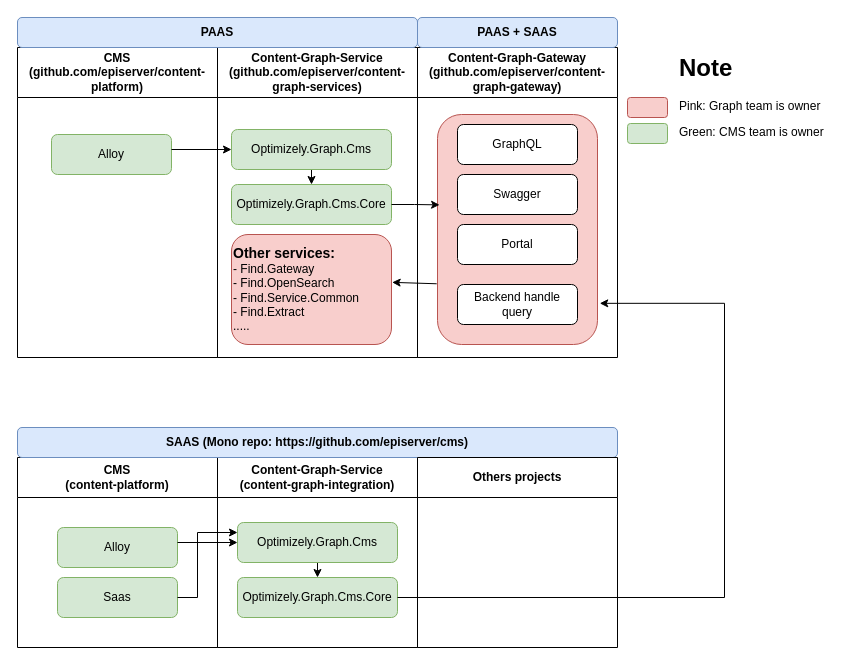
Before: page "Overview" (1 of 3) of CMS - Graph Overview.drawio in tamhoang113/Diagrams, a draw.io diagram. Source tidied: cells renumbered, new cells numbered last; positions are measured from the earlier drawing's top-left corner, leaving out a move shared by most shapes. Both pictures are drawn from the tidied source at 100%, with x=0, y=0 at pixel (17, 17).
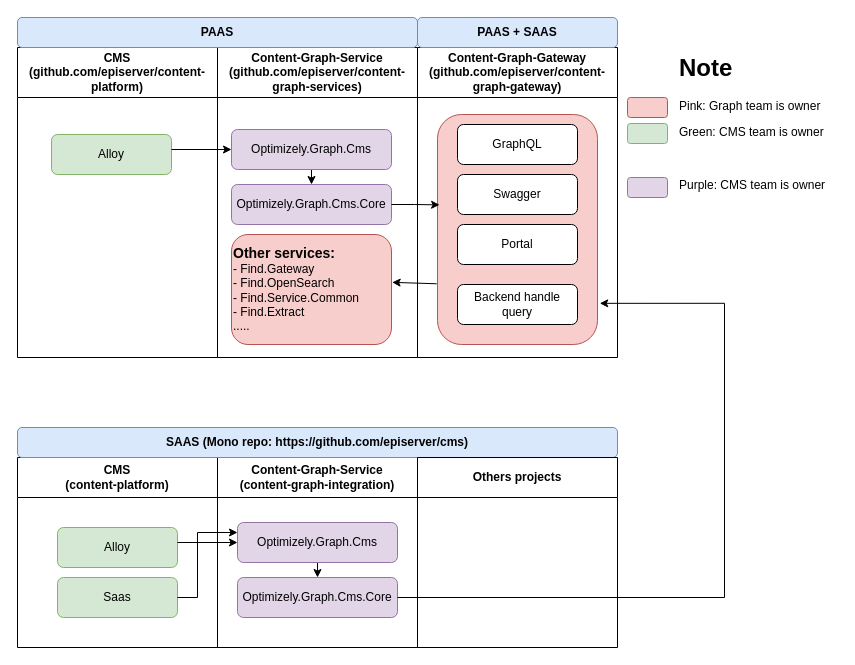
After the change.

Commit message:
Cập nhật CMS - Graph Overview.drawio

Unchanged cells that the change refers to:
```xml
<mxCell id="3" value="Content-Graph-Service&lt;div&gt;(github.com/episerver/content-graph-services)&lt;/div&gt;" style="swimlane;whiteSpace=wrap;html=1;startSize=50;" parent="1" vertex="1">
  <mxGeometry x="200" y="30" width="200" height="310" as="geometry" />
</mxCell>
<mxCell id="19" value="Content-Graph-Service&lt;div&gt;(content-graph-integration)&lt;/div&gt;" style="swimlane;whiteSpace=wrap;html=1;startSize=40;" parent="1" vertex="1">
  <mxGeometry x="200" y="440" width="200" height="190" as="geometry" />
</mxCell>
```

Diff of the diagram source:
```diff
@@
-    <mxCell id="6" value="Optimizely.Graph.Cms" style="rounded=1;whiteSpace=wrap;html=1;fontSize=12;glass=0;strokeWidth=1;shadow=0;fillColor=#d5e8d4;strokeColor=#82b366;" parent="3" vertex="1">
+    <mxCell id="6" value="Optimizely.Graph.Cms" style="rounded=1;whiteSpace=wrap;html=1;fontSize=12;glass=0;strokeWidth=1;shadow=0;fillColor=#e1d5e7;strokeColor=#9673a6;" parent="3" vertex="1">
       <mxGeometry x="14" y="82" width="160" height="40" as="geometry" />
     </mxCell>
-    <mxCell id="7" value="Optimizely.Graph.Cms.Core" style="rounded=1;whiteSpace=wrap;html=1;fontSize=12;glass=0;strokeWidth=1;shadow=0;fillColor=#d5e8d4;strokeColor=#82b366;" parent="3" vertex="1">
+    <mxCell id="7" value="Optimizely.Graph.Cms.Core" style="rounded=1;whiteSpace=wrap;html=1;fontSize=12;glass=0;strokeWidth=1;shadow=0;fillColor=#e1d5e7;strokeColor=#9673a6;" parent="3" vertex="1">
       <mxGeometry x="14" y="137" width="160" height="40" as="geometry" />
     </mxCell>
@@
-    <mxCell id="21" value="Optimizely.Graph.Cms" style="rounded=1;whiteSpace=wrap;html=1;fontSize=12;glass=0;strokeWidth=1;shadow=0;fillColor=#d5e8d4;strokeColor=#82b366;" parent="19" vertex="1">
+    <mxCell id="21" value="Optimizely.Graph.Cms" style="rounded=1;whiteSpace=wrap;html=1;fontSize=12;glass=0;strokeWidth=1;shadow=0;fillColor=#e1d5e7;strokeColor=#9673a6;" parent="19" vertex="1">
       <mxGeometry x="20" y="65" width="160" height="40" as="geometry" />
     </mxCell>
-    <mxCell id="22" value="Optimizely.Graph.Cms.Core" style="rounded=1;whiteSpace=wrap;html=1;fontSize=12;glass=0;strokeWidth=1;shadow=0;fillColor=#d5e8d4;strokeColor=#82b366;" parent="19" vertex="1">
+    <mxCell id="22" value="Optimizely.Graph.Cms.Core" style="rounded=1;whiteSpace=wrap;html=1;fontSize=12;glass=0;strokeWidth=1;shadow=0;fillColor=#e1d5e7;strokeColor=#9673a6;" parent="19" vertex="1">
       <mxGeometry x="20" y="120" width="160" height="40" as="geometry" />
     </mxCell>
@@
-    <mxCell id="33" value="&lt;h1 style=&quot;margin-top: 0px;&quot;&gt;Note&lt;/h1&gt;&lt;p&gt;Pink: Graph team is owner&lt;/p&gt;&lt;p&gt;Green: CMS team is owner&lt;/p&gt;" style="text;html=1;whiteSpace=wrap;overflow=hidden;rounded=0;" parent="1" vertex="1">
-      <mxGeometry x="660" y="30" width="160" height="120" as="geometry" />
+    <mxCell id="33" value="&lt;h1 style=&quot;margin-top: 0px;&quot;&gt;Note&lt;/h1&gt;&lt;p&gt;Pink: Graph team is owner&lt;/p&gt;&lt;p&gt;Green: CMS team is owner&lt;/p&gt;&lt;p&gt;&lt;span style=&quot;background-color: transparent; color: light-dark(rgb(0, 0, 0), rgb(255, 255, 255));&quot;&gt;&lt;br&gt;&lt;/span&gt;&lt;/p&gt;&lt;p&gt;&lt;span style=&quot;background-color: transparent; color: light-dark(rgb(0, 0, 0), rgb(255, 255, 255));&quot;&gt;Purple: CMS team is owner&lt;/span&gt;&lt;/p&gt;" style="text;html=1;whiteSpace=wrap;overflow=hidden;rounded=0;" parent="1" vertex="1">
+      <mxGeometry x="660" y="30" width="160" height="170" as="geometry" />
     </mxCell>
@@
+    <mxCell id="36" style="rounded=1;whiteSpace=wrap;html=1;fillColor=#e1d5e7;strokeColor=#9673a6;" parent="1" vertex="1">
+      <mxGeometry x="610" y="160" width="40" height="20" as="geometry" />
+    </mxCell>
```
